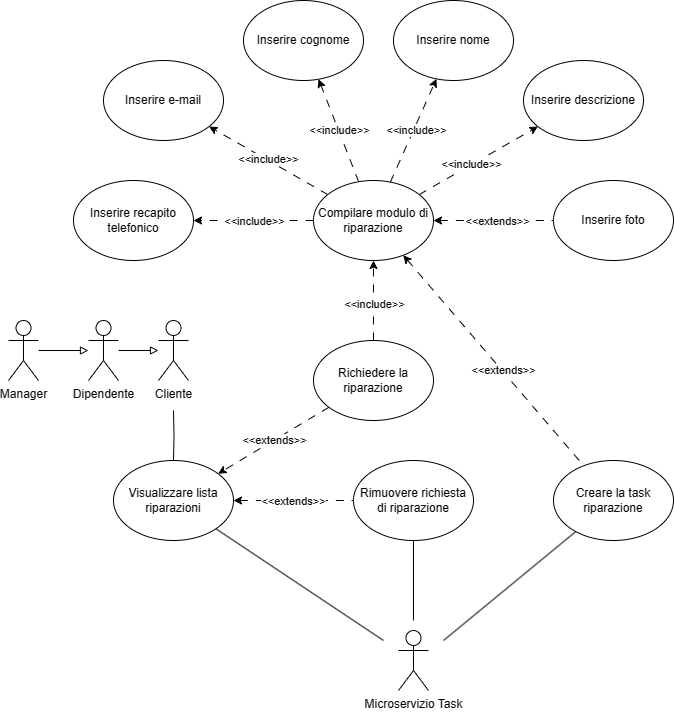
Above: second-deliverable/images/UCD/RF6_riparazione_UCD.png in IS-FixMi/Documentation-Source (draw.io), before the change. Source tidied: cells renumbered, new cells last; positions are measured from the earlier drawing's top-left corner, leaving out a move shared by most shapes. Its diagram source:
```xml
<mxGraphModel>
  <root>
    <mxCell id="0" />
    <mxCell id="1" parent="0" />
    <mxCell id="2" value="Inserire descrizione" style="ellipse;whiteSpace=wrap;html=1;" parent="1" vertex="1">
      <mxGeometry x="515" y="60" width="120" height="80" as="geometry" />
    </mxCell>
    <mxCell id="3" style="rounded=0;jettySize=auto;html=1;dashed=1;dashPattern=8 8;" parent="1" edge="1" source="17" target="2">
      <mxGeometry relative="1" as="geometry" />
    </mxCell>
    <mxCell id="4" value="&amp;lt;&amp;lt;include&amp;gt;&amp;gt;" style="edgeLabel;html=1;align=center;verticalAlign=middle;" parent="3" vertex="1">
      <mxGeometry x="-0.12" y="1" relative="1" as="geometry" />
    </mxCell>
    <mxCell id="5" style="rounded=0;jettySize=auto;html=1;dashed=1;dashPattern=8 8;startArrow=classic;startFill=1;endArrow=none;endFill=0;" parent="1" edge="1" source="17" target="18">
      <mxGeometry relative="1" as="geometry" />
    </mxCell>
    <mxCell id="6" value="&amp;lt;&amp;lt;extends&amp;gt;&amp;gt;" style="edgeLabel;html=1;align=center;verticalAlign=middle;" parent="5" vertex="1">
      <mxGeometry x="0.01" y="2" relative="1" as="geometry">
        <mxPoint x="3" y="2" as="offset" />
      </mxGeometry>
    </mxCell>
    <mxCell id="7" style="rounded=0;jettySize=auto;html=1;dashed=1;dashPattern=8 8;" parent="1" edge="1" source="17" target="19">
      <mxGeometry relative="1" as="geometry" />
    </mxCell>
    <mxCell id="8" value="&amp;lt;&amp;lt;include&amp;gt;&amp;gt;" style="edgeLabel;html=1;align=center;verticalAlign=middle;" parent="7" vertex="1">
      <mxGeometry x="0.19" y="-1" relative="1" as="geometry">
        <mxPoint x="11" y="1" as="offset" />
      </mxGeometry>
    </mxCell>
    <mxCell id="9" style="rounded=0;jettySize=auto;html=1;dashed=1;dashPattern=8 8;" parent="1" edge="1" source="17" target="20">
      <mxGeometry relative="1" as="geometry" />
    </mxCell>
    <mxCell id="10" value="&amp;lt;&amp;lt;include&amp;gt;&amp;gt;" style="edgeLabel;html=1;align=center;verticalAlign=middle;" parent="9" vertex="1">
      <mxGeometry x="0.03" y="-1" relative="1" as="geometry">
        <mxPoint y="2" as="offset" />
      </mxGeometry>
    </mxCell>
    <mxCell id="11" style="rounded=0;jettySize=auto;html=1;dashed=1;dashPattern=8 8;" parent="1" edge="1" source="17" target="21">
      <mxGeometry relative="1" as="geometry" />
    </mxCell>
    <mxCell id="12" value="&amp;lt;&amp;lt;include&amp;gt;&amp;gt;" style="edgeLabel;html=1;align=center;verticalAlign=middle;" parent="11" vertex="1">
      <mxGeometry x="-0.03" y="1" relative="1" as="geometry">
        <mxPoint x="4" y="-1" as="offset" />
      </mxGeometry>
    </mxCell>
    <mxCell id="13" style="rounded=0;jettySize=auto;html=1;dashed=1;dashPattern=8 8;" parent="1" edge="1" source="17" target="22">
      <mxGeometry relative="1" as="geometry" />
    </mxCell>
    <mxCell id="14" value="&amp;lt;&amp;lt;include&amp;gt;&amp;gt;" style="edgeLabel;html=1;align=center;verticalAlign=middle;" parent="13" vertex="1">
      <mxGeometry x="0.02" y="-1" relative="1" as="geometry" />
    </mxCell>
    <mxCell id="15" style="rounded=0;jettySize=auto;html=1;dashed=1;dashPattern=8 8;endArrow=none;endFill=0;startArrow=classic;startFill=1;" parent="1" edge="1" source="17" target="28">
      <mxGeometry relative="1" as="geometry" />
    </mxCell>
    <mxCell id="16" value="&amp;lt;&amp;lt;extends&amp;gt;&amp;gt;" style="edgeLabel;html=1;align=center;verticalAlign=middle;" parent="15" vertex="1">
      <mxGeometry x="0.1" y="1" relative="1" as="geometry" />
    </mxCell>
    <mxCell id="17" value="Compilare modulo di riparazione" style="ellipse;whiteSpace=wrap;html=1;" parent="1" vertex="1">
      <mxGeometry x="305" y="180" width="120" height="80" as="geometry" />
    </mxCell>
    <mxCell id="18" value="Inserire foto" style="ellipse;whiteSpace=wrap;html=1;" parent="1" vertex="1">
      <mxGeometry x="545" y="180" width="120" height="80" as="geometry" />
    </mxCell>
    <mxCell id="19" value="Inserire recapito telefonico" style="ellipse;whiteSpace=wrap;html=1;" parent="1" vertex="1">
      <mxGeometry x="65" y="180" width="120" height="80" as="geometry" />
    </mxCell>
    <mxCell id="20" value="Inserire cognome" style="ellipse;whiteSpace=wrap;html=1;" parent="1" vertex="1">
      <mxGeometry x="235" width="120" height="80" as="geometry" />
    </mxCell>
    <mxCell id="21" value="Inserire nome" style="ellipse;whiteSpace=wrap;html=1;" parent="1" vertex="1">
      <mxGeometry x="385" width="120" height="80" as="geometry" />
    </mxCell>
    <mxCell id="22" value="Inserire e-mail" style="ellipse;whiteSpace=wrap;html=1;" parent="1" vertex="1">
      <mxGeometry x="95" y="60" width="120" height="80" as="geometry" />
    </mxCell>
    <mxCell id="23" style="rounded=0;jettySize=auto;html=1;startArrow=none;startFill=0;dashed=1;dashPattern=8 8;" parent="1" edge="1" source="27" target="17">
      <mxGeometry relative="1" as="geometry" />
    </mxCell>
    <mxCell id="24" value="&amp;lt;&amp;lt;include&amp;gt;&amp;gt;" style="edgeLabel;html=1;align=center;verticalAlign=middle;" parent="23" vertex="1">
      <mxGeometry x="-0.08" y="-1" relative="1" as="geometry">
        <mxPoint x="-1" as="offset" />
      </mxGeometry>
    </mxCell>
    <mxCell id="25" style="rounded=0;jettySize=auto;html=1;dashed=1;dashPattern=8 8;" parent="1" edge="1" source="27" target="31">
      <mxGeometry relative="1" as="geometry" />
    </mxCell>
    <mxCell id="26" value="&amp;lt;&amp;lt;extends&amp;gt;&amp;gt;" style="edgeLabel;html=1;align=center;verticalAlign=middle;" parent="25" vertex="1">
      <mxGeometry x="0.03" y="-1" relative="1" as="geometry">
        <mxPoint x="2" as="offset" />
      </mxGeometry>
    </mxCell>
    <mxCell id="27" value="Richiedere la riparazione" style="ellipse;whiteSpace=wrap;html=1;" parent="1" vertex="1">
      <mxGeometry x="305" y="340" width="120" height="80" as="geometry" />
    </mxCell>
    <mxCell id="28" value="Creare la task riparazione" style="ellipse;whiteSpace=wrap;html=1;" parent="1" vertex="1">
      <mxGeometry x="545" y="460" width="120" height="80" as="geometry" />
    </mxCell>
    <mxCell id="29" style="rounded=0;jettySize=auto;html=1;dashed=1;dashPattern=8 8;endArrow=none;endFill=0;startArrow=classic;startFill=1;" parent="1" edge="1" source="31" target="42">
      <mxGeometry relative="1" as="geometry" />
    </mxCell>
    <mxCell id="30" value="&amp;lt;&amp;lt;extends&amp;gt;&amp;gt;" style="edgeLabel;html=1;align=center;verticalAlign=middle;" parent="29" vertex="1">
      <mxGeometry x="-0.02" y="2" relative="1" as="geometry">
        <mxPoint y="2" as="offset" />
      </mxGeometry>
    </mxCell>
    <mxCell id="31" value="Visualizzare lista riparazioni" style="ellipse;whiteSpace=wrap;html=1;" parent="1" vertex="1">
      <mxGeometry x="105" y="460" width="120" height="80" as="geometry" />
    </mxCell>
    <mxCell id="32" style="rounded=0;jettySize=auto;html=1;endArrow=none;endFill=0;" parent="1" edge="1" target="31">
      <mxGeometry relative="1" as="geometry">
        <mxPoint x="375" y="640" as="sourcePoint" />
      </mxGeometry>
    </mxCell>
    <mxCell id="33" style="rounded=0;jettySize=auto;html=1;endArrow=none;endFill=0;" parent="1" edge="1" target="42">
      <mxGeometry relative="1" as="geometry">
        <mxPoint x="405" y="620" as="sourcePoint" />
      </mxGeometry>
    </mxCell>
    <mxCell id="34" style="rounded=0;jettySize=auto;html=1;endArrow=none;endFill=0;" parent="1" edge="1" target="28">
      <mxGeometry relative="1" as="geometry">
        <mxPoint x="435" y="640" as="sourcePoint" />
      </mxGeometry>
    </mxCell>
    <mxCell id="35" value="Microservizio Task" style="shape=umlActor;verticalLabelPosition=bottom;verticalAlign=top;html=1;" parent="1" vertex="1">
      <mxGeometry x="390" y="630" width="30" height="60" as="geometry" />
    </mxCell>
    <mxCell id="36" style="edgeStyle=orthogonalEdgeStyle;rounded=0;jettySize=auto;html=1;endArrow=none;endFill=0;" parent="1" edge="1" target="31">
      <mxGeometry relative="1" as="geometry">
        <mxPoint x="165" y="410" as="sourcePoint" />
      </mxGeometry>
    </mxCell>
    <mxCell id="37" value="Cliente" style="shape=umlActor;verticalLabelPosition=bottom;verticalAlign=top;html=1;outlineConnect=0;" parent="1" vertex="1">
      <mxGeometry x="150" y="320" width="30" height="60" as="geometry" />
    </mxCell>
    <mxCell id="38" style="edgeStyle=orthogonalEdgeStyle;rounded=0;jettySize=auto;html=1;endArrow=block;endFill=0;" parent="1" edge="1" source="39" target="37">
      <mxGeometry relative="1" as="geometry" />
    </mxCell>
    <mxCell id="39" value="Dipendente" style="shape=umlActor;verticalLabelPosition=bottom;verticalAlign=top;html=1;outlineConnect=0;" parent="1" vertex="1">
      <mxGeometry x="80" y="320" width="30" height="60" as="geometry" />
    </mxCell>
    <mxCell id="40" style="edgeStyle=orthogonalEdgeStyle;rounded=0;jettySize=auto;html=1;endArrow=block;endFill=0;" parent="1" edge="1" source="41" target="39">
      <mxGeometry relative="1" as="geometry" />
    </mxCell>
    <mxCell id="41" value="Manager" style="shape=umlActor;verticalLabelPosition=bottom;verticalAlign=top;html=1;outlineConnect=0;" parent="1" vertex="1">
      <mxGeometry y="320" width="30" height="60" as="geometry" />
    </mxCell>
    <mxCell id="42" value="Rimuovere richiesta di riparazione" style="ellipse;whiteSpace=wrap;html=1;" parent="1" vertex="1">
      <mxGeometry x="345" y="460" width="120" height="80" as="geometry" />
    </mxCell>
  </root>
</mxGraphModel>
```
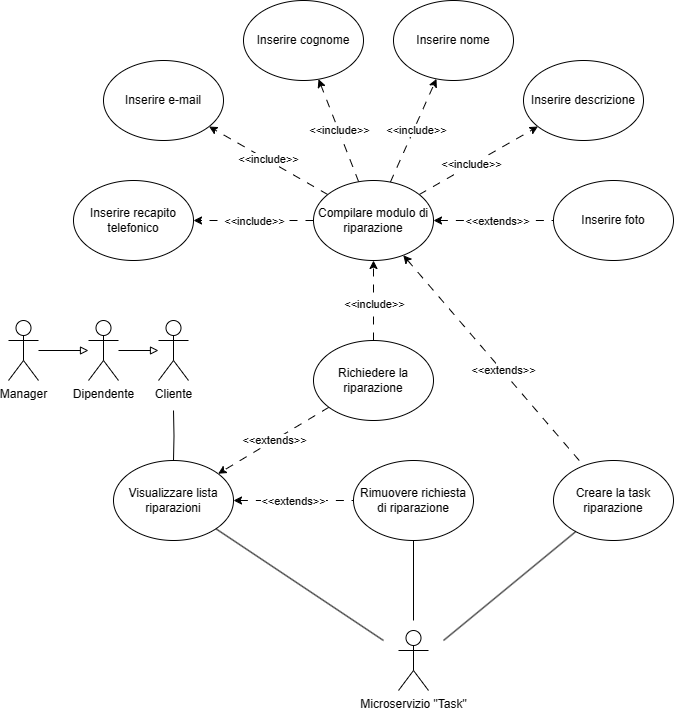
Later version of the same file.

The edit, as a diff of the source:
```diff
@@ -121,7 +121,7 @@
         <mxPoint x="435" y="640" as="sourcePoint" />
       </mxGeometry>
     </mxCell>
-    <mxCell id="35" value="Microservizio Task" style="shape=umlActor;verticalLabelPosition=bottom;verticalAlign=top;html=1;" parent="1" vertex="1">
+    <mxCell id="35" value="Microservizio &quot;Task&quot;" style="shape=umlActor;verticalLabelPosition=bottom;verticalAlign=top;html=1;" parent="1" vertex="1">
       <mxGeometry x="390" y="630" width="30" height="60" as="geometry" />
     </mxCell>
     <mxCell id="36" style="edgeStyle=orthogonalEdgeStyle;rounded=0;jettySize=auto;html=1;endArrow=none;endFill=0;" parent="1" edge="1" target="31">
```
